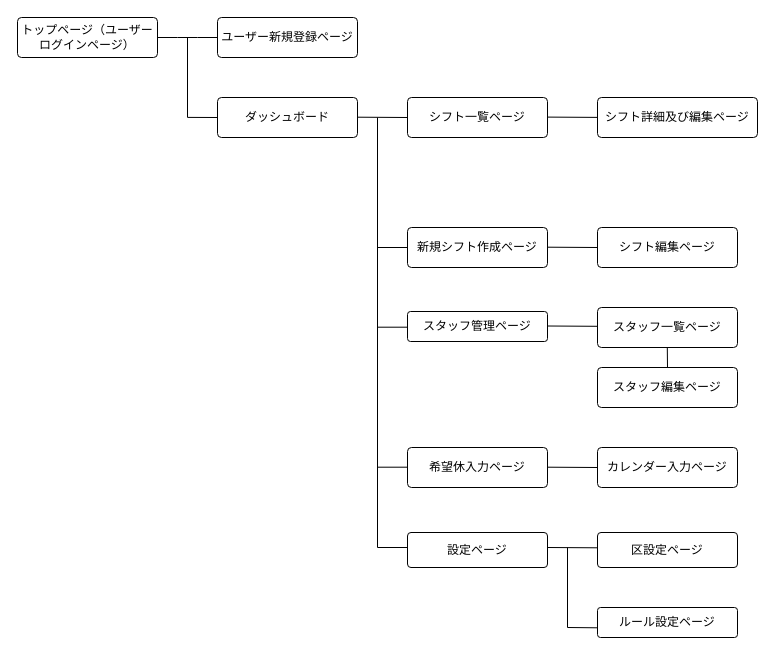
Yotsu001/shift-generator keeps this draw.io diagram as 画面遷移図.dio. Above is the earlier version. Source tidied: cells renumbered, new cells numbered last; positions are measured from the earlier drawing's top-left corner, leaving out a move shared by most shapes. Both pictures are drawn from the tidied source at 100%, with x=0, y=0 at pixel (17, 17).
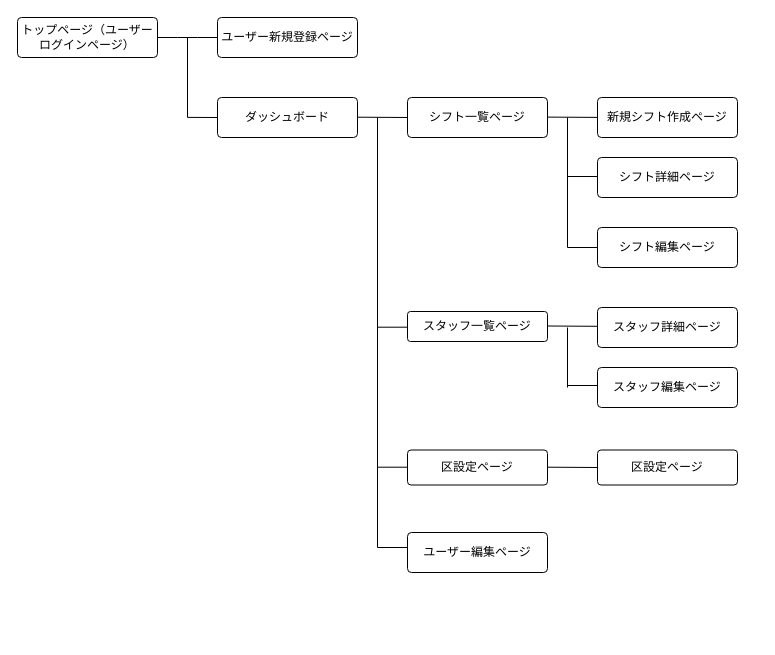
The same page after the edit.

Commit message:
画面遷移図の編集

Unchanged cells that the change refers to:
```xml
<mxCell id="10" value="シフト編集ページ" style="rounded=1;arcSize=10;whiteSpace=wrap;html=1;align=center;" parent="1" vertex="1">
  <mxGeometry x="580" y="210" width="140" height="40" as="geometry" />
</mxCell>
```

What changed in the source:
```diff
@@
-    <mxCell id="8" value="シフト詳細及び編集ページ" style="rounded=1;arcSize=10;whiteSpace=wrap;html=1;align=center;" parent="1" vertex="1">
-      <mxGeometry x="580" y="80" width="160" height="40" as="geometry" />
+    <mxCell id="8" value="シフト詳細ページ" style="rounded=1;arcSize=10;whiteSpace=wrap;html=1;align=center;" parent="1" vertex="1">
+      <mxGeometry x="580" y="140" width="140" height="40" as="geometry" />
     </mxCell>
     <mxCell id="9" value="新規シフト作成ページ" style="rounded=1;arcSize=10;whiteSpace=wrap;html=1;align=center;" parent="1" vertex="1">
-      <mxGeometry x="390" y="210" width="140" height="40" as="geometry" />
+      <mxGeometry x="580" y="80" width="140" height="40" as="geometry" />
     </mxCell>
@@
-    <mxCell id="11" value="スタッフ管理ページ" style="rounded=1;arcSize=10;whiteSpace=wrap;html=1;align=center;" parent="1" vertex="1">
+    <mxCell id="11" value="スタッフ一覧ページ" style="rounded=1;arcSize=10;whiteSpace=wrap;html=1;align=center;" parent="1" vertex="1">
       <mxGeometry x="390" y="294" width="140" height="30" as="geometry" />
     </mxCell>
-    <mxCell id="12" value="スタッフ一覧ページ" style="rounded=1;arcSize=10;whiteSpace=wrap;html=1;align=center;" parent="1" vertex="1">
+    <mxCell id="12" value="スタッフ詳細ページ" style="rounded=1;arcSize=10;whiteSpace=wrap;html=1;align=center;" parent="1" vertex="1">
       <mxGeometry x="580" y="290" width="140" height="40" as="geometry" />
     </mxCell>
@@
-    <mxCell id="14" value="希望休入力ページ" style="rounded=1;arcSize=10;whiteSpace=wrap;html=1;align=center;" parent="1" vertex="1">
-      <mxGeometry x="390" y="430" width="140" height="40" as="geometry" />
+    <mxCell id="14" value="ユーザー編集ページ" style="rounded=1;arcSize=10;whiteSpace=wrap;html=1;align=center;" parent="1" vertex="1">
+      <mxGeometry x="390" y="515" width="140" height="40" as="geometry" />
     </mxCell>
-    <mxCell id="15" value="カレンダー入力ページ" style="rounded=1;arcSize=10;whiteSpace=wrap;html=1;align=center;" parent="1" vertex="1">
-      <mxGeometry x="580" y="430" width="140" height="40" as="geometry" />
-    </mxCell>
-    <mxCell id="16" value="設定ページ" style="rounded=1;arcSize=10;whiteSpace=wrap;html=1;align=center;" parent="1" vertex="1">
-      <mxGeometry x="390" y="515" width="140" height="35" as="geometry" />
+    <mxCell id="16" value="区設定ページ" style="rounded=1;arcSize=10;whiteSpace=wrap;html=1;align=center;" parent="1" vertex="1">
+      <mxGeometry x="390" y="432.5" width="140" height="35" as="geometry" />
     </mxCell>
     <mxCell id="17" value="区設定ページ" style="rounded=1;arcSize=10;whiteSpace=wrap;html=1;align=center;" parent="1" vertex="1">
-      <mxGeometry x="580" y="515" width="140" height="35" as="geometry" />
+      <mxGeometry x="580" y="432.5" width="140" height="35" as="geometry" />
     </mxCell>
-    <mxCell id="18" value="ルール設定ページ" style="rounded=1;arcSize=10;whiteSpace=wrap;html=1;align=center;" parent="1" vertex="1">
-      <mxGeometry x="580" y="590" width="140" height="30" as="geometry" />
-    </mxCell>
@@
-    <mxCell id="23" style="edgeStyle=none;html=1;endArrow=none;endFill=0;" parent="1" edge="1">
-      <mxGeometry relative="1" as="geometry">
-        <mxPoint x="390" y="230" as="sourcePoint" />
-        <mxPoint x="360" y="230" as="targetPoint" />
-      </mxGeometry>
-    </mxCell>
     <mxCell id="24" style="edgeStyle=none;html=1;endArrow=none;endFill=0;exitX=0;exitY=0.5;exitDx=0;exitDy=0;" parent="1" edge="1" source="10">
       <mxGeometry relative="1" as="geometry">
-        <mxPoint x="530" y="229.7" as="targetPoint" />
+        <mxPoint x="550" y="230" as="targetPoint" />
       </mxGeometry>
     </mxCell>
@@
-    <mxCell id="30" style="edgeStyle=none;html=1;exitX=0.5;exitY=0;exitDx=0;exitDy=0;endArrow=none;endFill=0;" parent="1" edge="1">
-      <mxGeometry relative="1" as="geometry">
-        <mxPoint x="650" y="350" as="sourcePoint" />
-        <mxPoint x="649.8" y="330" as="targetPoint" />
-      </mxGeometry>
-    </mxCell>
-    <mxCell id="31" style="edgeStyle=none;html=1;endArrow=none;endFill=0;" parent="1" edge="1">
-      <mxGeometry relative="1" as="geometry">
-        <mxPoint x="550" y="610" as="sourcePoint" />
-        <mxPoint x="550" y="530" as="targetPoint" />
-      </mxGeometry>
-    </mxCell>
-    <mxCell id="32" style="edgeStyle=none;html=1;endArrow=none;endFill=0;exitX=0;exitY=0.5;exitDx=0;exitDy=0;" parent="1" edge="1">
-      <mxGeometry relative="1" as="geometry">
-        <mxPoint x="580" y="530.3" as="sourcePoint" />
-        <mxPoint x="530" y="530" as="targetPoint" />
-      </mxGeometry>
-    </mxCell>
-    <mxCell id="33" style="edgeStyle=none;html=1;endArrow=none;endFill=0;exitX=0;exitY=0.5;exitDx=0;exitDy=0;" parent="1" edge="1">
-      <mxGeometry relative="1" as="geometry">
-        <mxPoint x="580" y="610.3" as="sourcePoint" />
-        <mxPoint x="550" y="610" as="targetPoint" />
-      </mxGeometry>
-    </mxCell>
+    <mxCell id="34" style="edgeStyle=none;html=1;endArrow=none;endFill=0;exitX=0;exitY=0.5;exitDx=0;exitDy=0;" parent="1" edge="1">
+      <mxGeometry relative="1" as="geometry">
+        <mxPoint x="580" y="159" as="sourcePoint" />
+        <mxPoint x="550" y="159" as="targetPoint" />
+      </mxGeometry>
+    </mxCell>
+    <mxCell id="35" style="edgeStyle=none;html=1;endArrow=none;endFill=0;" parent="1" edge="1">
+      <mxGeometry relative="1" as="geometry">
+        <mxPoint x="550" y="230" as="sourcePoint" />
+        <mxPoint x="550" y="100" as="targetPoint" />
+      </mxGeometry>
+    </mxCell>
+    <mxCell id="36" style="edgeStyle=none;html=1;endArrow=none;endFill=0;exitX=0;exitY=0.5;exitDx=0;exitDy=0;" parent="1" edge="1">
+      <mxGeometry relative="1" as="geometry">
+        <mxPoint x="580" y="368" as="sourcePoint" />
+        <mxPoint x="550" y="368" as="targetPoint" />
+      </mxGeometry>
+    </mxCell>
+    <mxCell id="37" style="edgeStyle=none;html=1;endArrow=none;endFill=0;" parent="1" edge="1">
+      <mxGeometry relative="1" as="geometry">
+        <mxPoint x="550" y="370" as="sourcePoint" />
+        <mxPoint x="550" y="310" as="targetPoint" />
+      </mxGeometry>
+    </mxCell>
```
